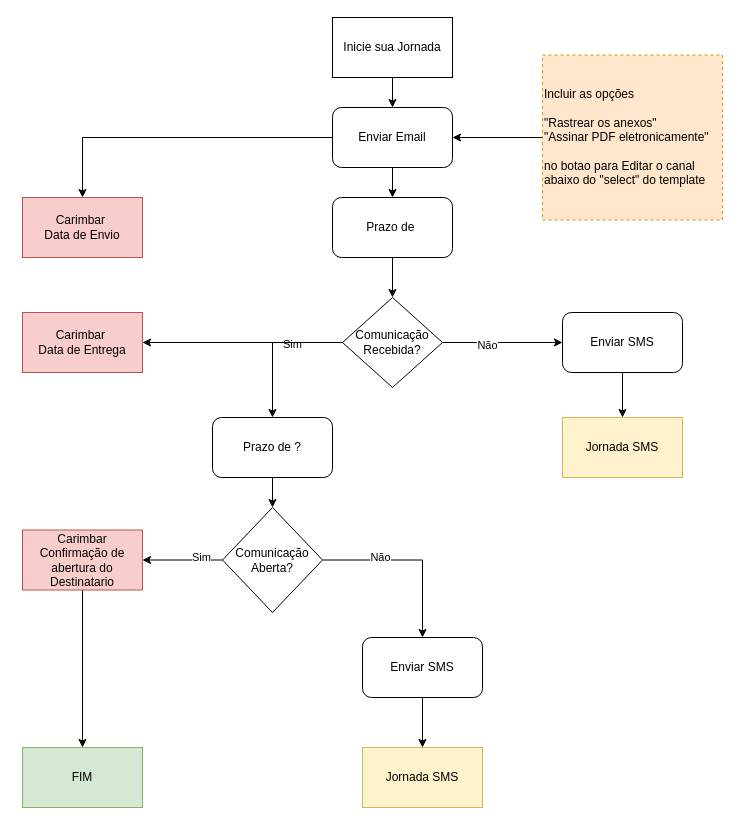
Above: page "Desenho Jornada Email Carimbos Multiplos" (4 of 8) of Diagrama Carimbo.drawio in caio-bueno/draws-valid (draw.io), before the change. Source tidied: cells renumbered, new cells numbered last; positions are measured from the earlier drawing's top-left corner, leaving out a move shared by most shapes. Both pictures are drawn from the tidied source at 100%, with x=0, y=0 at pixel (22, 17).
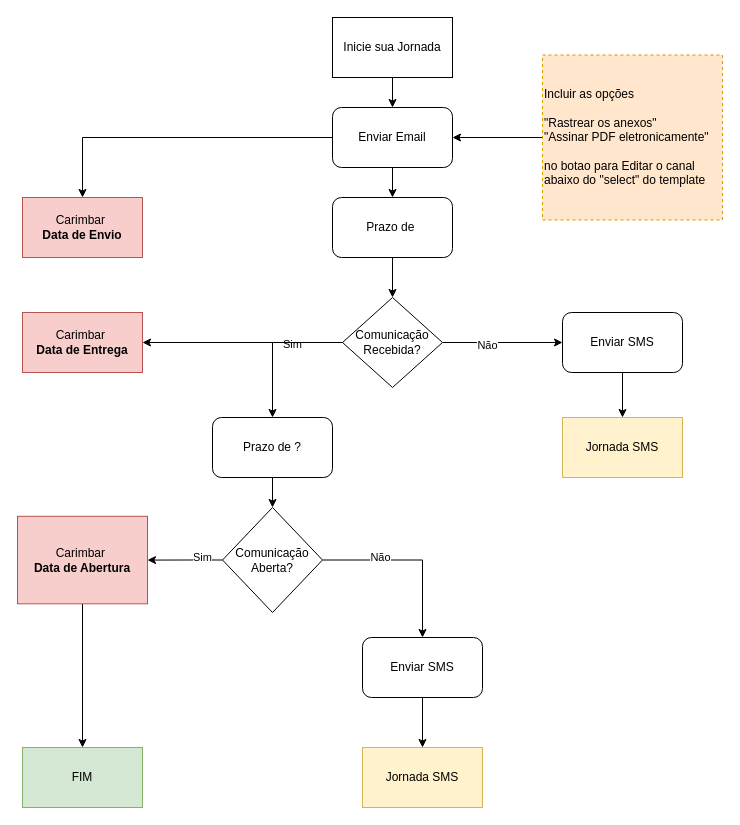
Above is the later version.

The edit, as a diff of the source:
```diff
@@
-    <mxCell id="28" value="Carimbar Confirmação de abertura do Destinatario" style="rounded=0;whiteSpace=wrap;html=1;fillColor=#f8cecc;strokeColor=#b85450;" parent="1" vertex="1">
-      <mxGeometry y="512.5" width="120" height="60" as="geometry" />
+    <mxCell id="28" value="Carimbar&amp;nbsp;&lt;div&gt;&lt;b&gt;Data de Abertura&lt;/b&gt;&lt;/div&gt;" style="rounded=0;whiteSpace=wrap;html=1;fillColor=#f8cecc;strokeColor=#b85450;" parent="1" vertex="1">
+      <mxGeometry x="-5" y="498.8" width="130" height="87.5" as="geometry" />
     </mxCell>
@@
-    <mxCell id="30" value="Carimbar&amp;nbsp;&lt;div&gt;Data de Entrega&lt;/div&gt;" style="rounded=0;whiteSpace=wrap;html=1;fillColor=#f8cecc;strokeColor=#b85450;" parent="1" vertex="1">
+    <mxCell id="30" value="Carimbar&amp;nbsp;&lt;div&gt;&lt;b&gt;Data de Entrega&lt;/b&gt;&lt;/div&gt;" style="rounded=0;whiteSpace=wrap;html=1;fillColor=#f8cecc;strokeColor=#b85450;" parent="1" vertex="1">
       <mxGeometry y="295" width="120" height="60" as="geometry" />
     </mxCell>
-    <mxCell id="31" value="Carimbar&amp;nbsp;&lt;div&gt;Data de Envio&lt;/div&gt;" style="rounded=0;whiteSpace=wrap;html=1;fillColor=#f8cecc;strokeColor=#b85450;" parent="1" vertex="1">
+    <mxCell id="31" value="Carimbar&amp;nbsp;&lt;div&gt;&lt;b&gt;Data de Envio&lt;/b&gt;&lt;/div&gt;" style="rounded=0;whiteSpace=wrap;html=1;fillColor=#f8cecc;strokeColor=#b85450;" parent="1" vertex="1">
       <mxGeometry y="180" width="120" height="60" as="geometry" />
     </mxCell>
```
